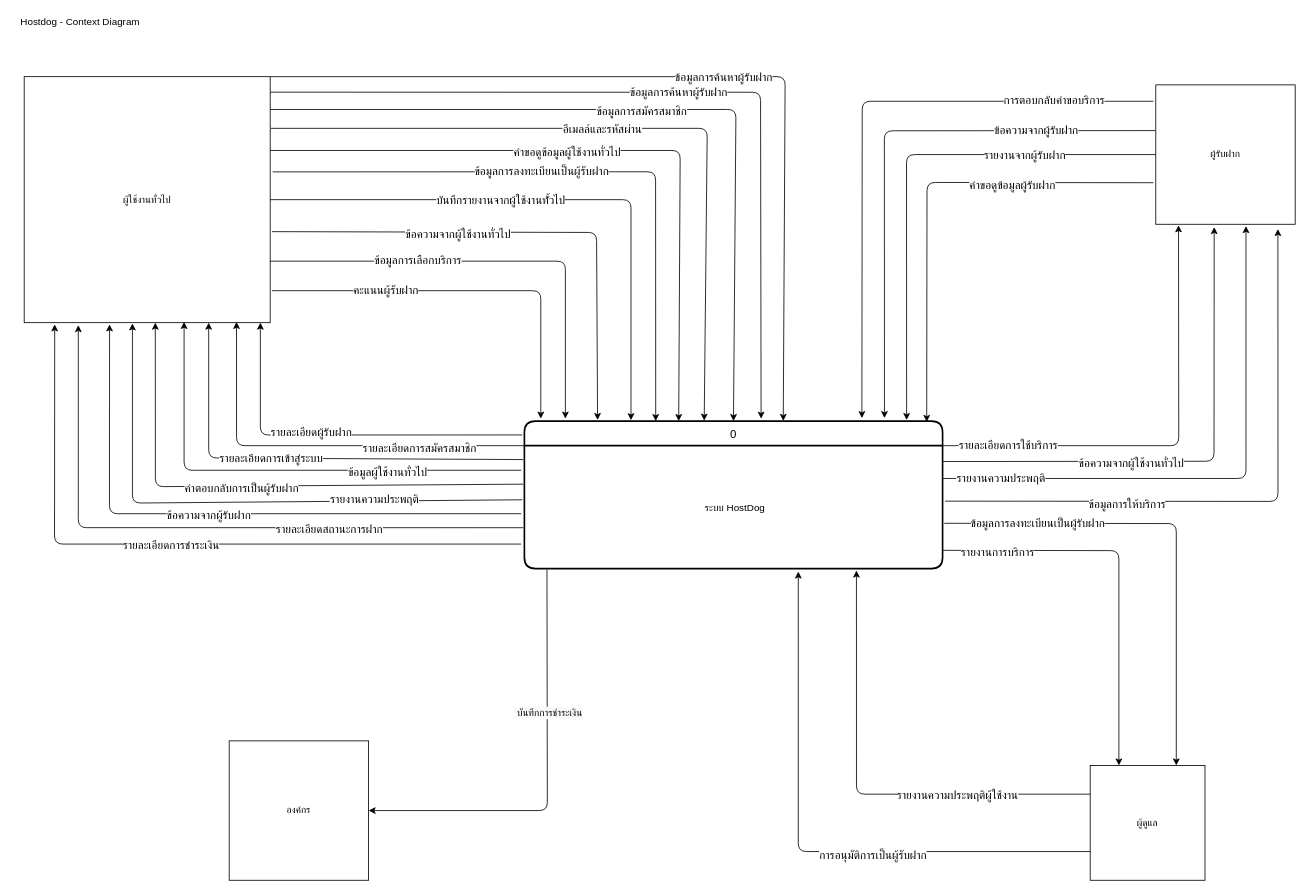
The draw.io diagram page "ContextDiagram V2" (1 of 10) of ProjectProcesses/HostDog_5DFD/DFD-V2.drawio in Hostdogs/Project_Hostdog, before the edit. Source tidied: cells renumbered, new cells numbered last; positions are measured from the earlier drawing's top-left corner, leaving out a move shared by most shapes. Both pictures are drawn from the tidied source at 82%, with x=0, y=0 at pixel (14, 14).
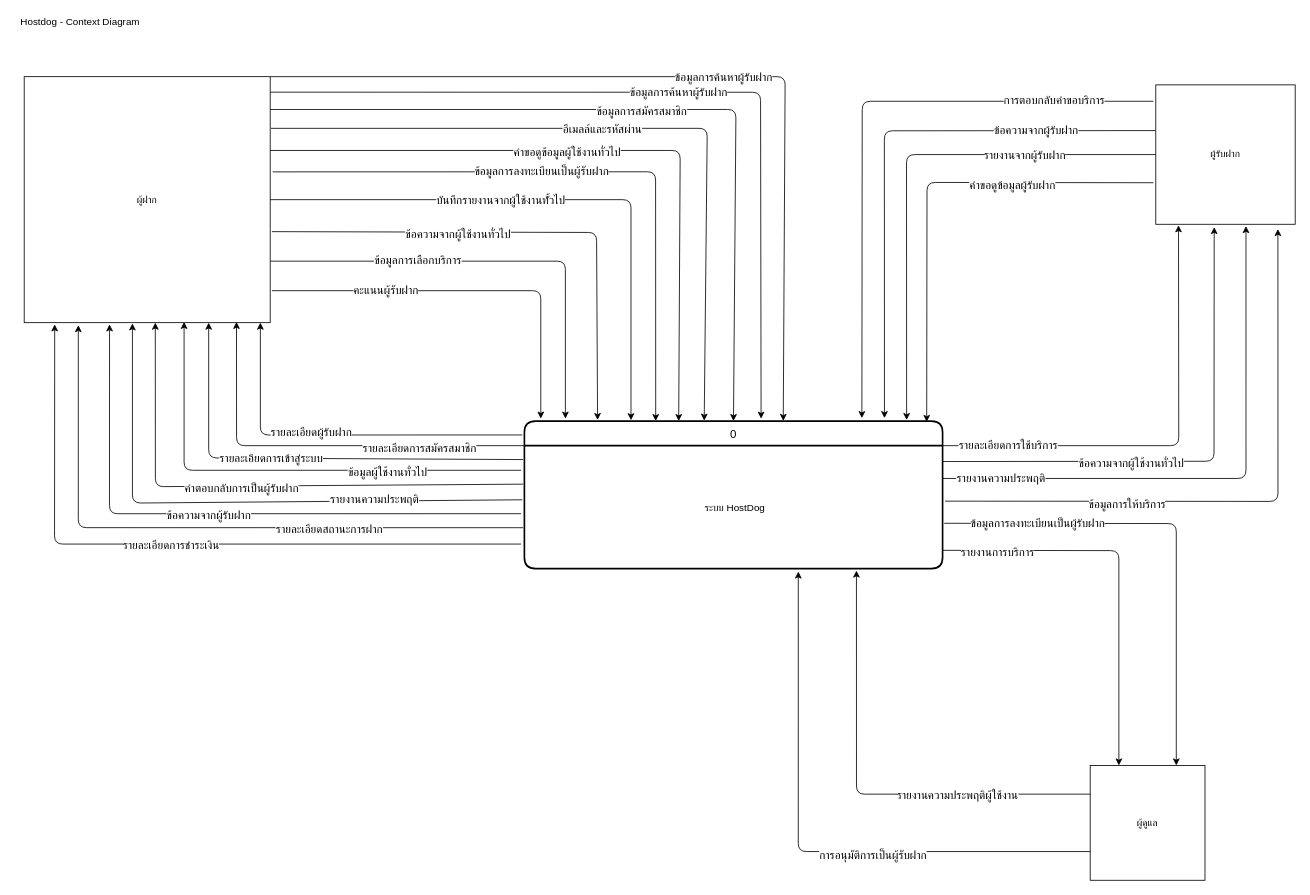
The same diagram, later.

Unchanged cells that the change refers to:
```xml
<mxCell id="4" value="ระบบ HostDog" style="align=center;strokeColor=none;fillColor=none;spacingLeft=4;fontSize=12;verticalAlign=middle;" parent="3" vertex="1">
  <mxGeometry y="30" width="510" height="150" as="geometry" />
</mxCell>
```

The edit, as a diff of the source:
```diff
@@
-    <mxCell id="2" value="&lt;span&gt;ผู้ใช้งานทั่วไป&lt;/span&gt;" style="whiteSpace=wrap;html=1;fontSize=12;" parent="1" vertex="1">
+    <mxCell id="2" value="&lt;span&gt;ผู้ฝาก&lt;/span&gt;" style="whiteSpace=wrap;html=1;fontSize=12;" parent="1" vertex="1">
       <mxGeometry x="12" y="76" width="300" height="300" as="geometry" />
     </mxCell>
@@
-    <mxCell id="42" value="&lt;span&gt;องค์กร&lt;/span&gt;" style="whiteSpace=wrap;html=1;fontSize=12;" parent="1" vertex="1">
-      <mxGeometry x="262" y="886" width="170" height="170" as="geometry" />
-    </mxCell>
-    <mxCell id="43" style="endArrow=classic;html=1;fontSize=12;exitX=0.054;exitY=1.007;exitDx=0;exitDy=0;exitPerimeter=0;entryX=1;entryY=0.5;entryDx=0;entryDy=0;" parent="1" edge="1" source="4" target="42">
-      <mxGeometry relative="1" as="geometry">
-        <Array as="points">
-          <mxPoint x="650" y="971" />
-        </Array>
-      </mxGeometry>
-    </mxCell>
-    <mxCell id="44" value="&lt;span style=&quot;text-align: left ; background-color: rgb(248 , 249 , 250)&quot;&gt;&amp;nbsp;บันทึกการชำระเงิน&lt;/span&gt;" style="edgeLabel;html=1;align=center;verticalAlign=middle;fontSize=12;" parent="43" vertex="1">
-      <mxGeometry x="-0.32" y="1" relative="1" as="geometry" />
-    </mxCell>
```
